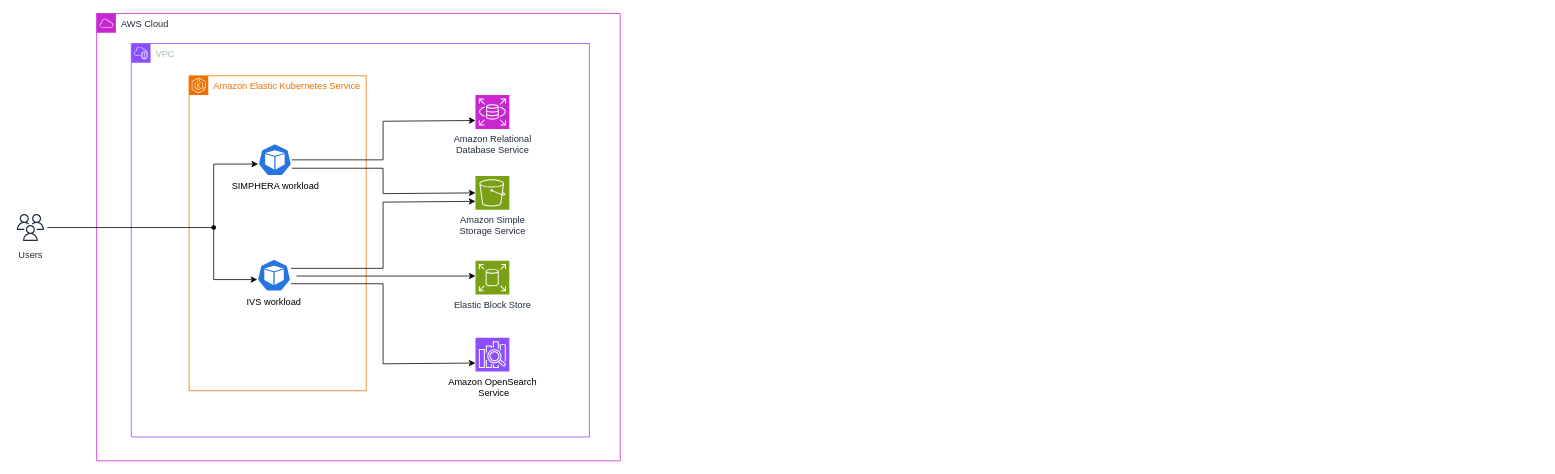
dspace-group/simphera-reference-architecture-aws keeps this draw.io diagram as page "Simphera and IVS" (3 of 3) of architecture diagram.drawio. Above is the earlier version. Source tidied: cells renumbered, new cells numbered last; positions are measured from the earlier drawing's top-left corner, leaving out a move shared by most shapes. Both pictures are drawn from the tidied source at 77%, with x=0, y=0 at pixel (13, 13).
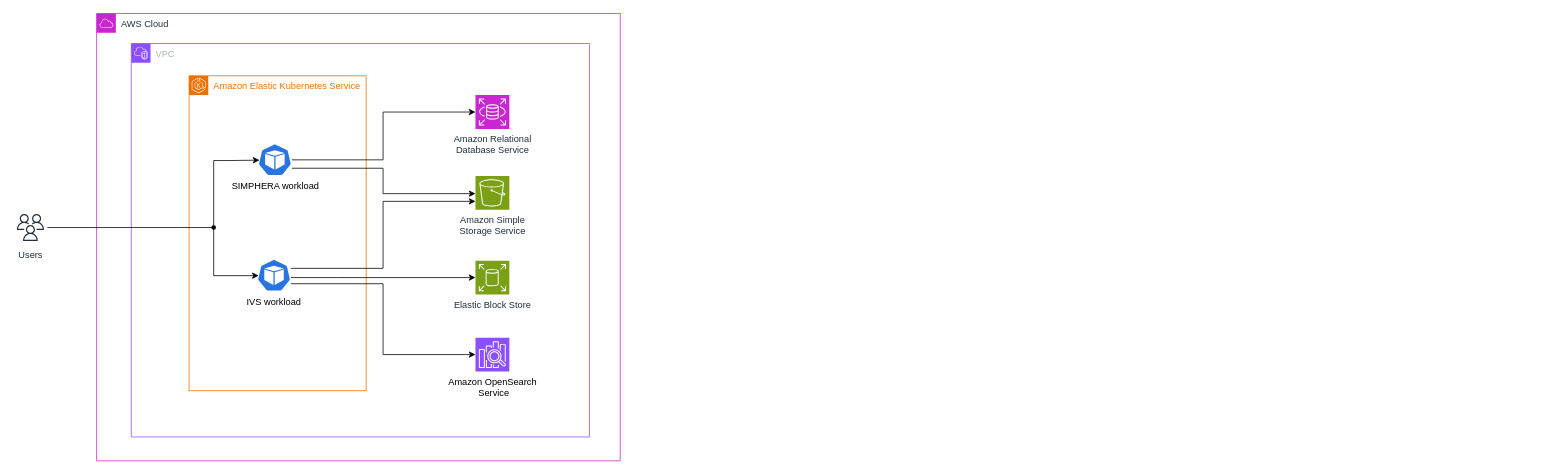
The same page after the edit.

Unchanged cells that the change refers to:
```xml
<mxCell id="2" value="AWS Cloud" style="gradientColor=none;html=1;whiteSpace=wrap;fontSize=12;fontStyle=0;shape=mxgraph.aws4.group;grIcon=mxgraph.aws4.group_aws_cloud;strokeColor=light-dark(#c925d1, #bdc7d4);fillColor=none;verticalAlign=top;align=left;spacingLeft=30;fontColor=#232F3E;dashed=0;" parent="1" vertex="1">
  <mxGeometry x="108" width="680" height="581" as="geometry" />
</mxCell>
<mxCell id="8" value="Amazon Simple&lt;div&gt;Storage Service&lt;/div&gt;" style="sketch=0;points=[[0,0,0],[0.25,0,0],[0.5,0,0],[0.75,0,0],[1,0,0],[0,1,0],[0.25,1,0],[0.5,1,0],[0.75,1,0],[1,1,0],[0,0.25,0],[0,0.5,0],[0,0.75,0],[1,0.25,0],[1,0.5,0],[1,0.75,0]];outlineConnect=0;fontColor=#232F3E;fillColor=#7AA116;strokeColor=#ffffff;dashed=0;verticalLabelPosition=bottom;verticalAlign=top;align=center;html=1;fontSize=12;fontStyle=0;shape=mxgraph.aws4.resourceIcon;resIcon=mxgraph.aws4.s3;" parent="2" vertex="1">
  <mxGeometry x="492" y="211" width="44" height="44" as="geometry" />
</mxCell>
<mxCell id="9" value="&lt;span style=&quot;color: rgb(0, 0, 0);&quot;&gt;Amazon OpenSearch&lt;/span&gt;&lt;div style=&quot;color: rgb(0, 0, 0);&quot;&gt;&amp;nbsp;Service&lt;/div&gt;" style="sketch=0;points=[[0,0,0],[0.25,0,0],[0.5,0,0],[0.75,0,0],[1,0,0],[0,1,0],[0.25,1,0],[0.5,1,0],[0.75,1,0],[1,1,0],[0,0.25,0],[0,0.5,0],[0,0.75,0],[1,0.25,0],[1,0.5,0],[1,0.75,0]];outlineConnect=0;fontColor=#232F3E;fillColor=#8C4FFF;strokeColor=#ffffff;dashed=0;verticalLabelPosition=bottom;verticalAlign=top;align=center;html=1;fontSize=12;fontStyle=0;shape=mxgraph.aws4.resourceIcon;resIcon=mxgraph.aws4.elasticsearch_service;" parent="2" vertex="1">
  <mxGeometry x="492" y="421" width="44" height="44" as="geometry" />
</mxCell>
<mxCell id="10" value="Amazon Relational&lt;div&gt;Database Service&lt;/div&gt;" style="sketch=0;points=[[0,0,0],[0.25,0,0],[0.5,0,0],[0.75,0,0],[1,0,0],[0,1,0],[0.25,1,0],[0.5,1,0],[0.75,1,0],[1,1,0],[0,0.25,0],[0,0.5,0],[0,0.75,0],[1,0.25,0],[1,0.5,0],[1,0.75,0]];outlineConnect=0;fontColor=#232F3E;fillColor=#C925D1;strokeColor=#ffffff;dashed=0;verticalLabelPosition=bottom;verticalAlign=top;align=center;html=1;fontSize=12;fontStyle=0;shape=mxgraph.aws4.resourceIcon;resIcon=mxgraph.aws4.rds;" parent="2" vertex="1">
  <mxGeometry x="492" y="106" width="44" height="44" as="geometry" />
</mxCell>
<mxCell id="11" value="SIMPHERA workload" style="sketch=0;html=1;dashed=0;whitespace=wrap;verticalLabelPosition=bottom;verticalAlign=top;fillColor=#2875E2;strokeColor=#ffffff;points=[[0.005,0.63,0],[0.1,0.2,0],[0.9,0.2,0],[0.5,0,0],[0.995,0.63,0],[0.72,0.99,0],[0.5,1,0],[0.28,0.99,0]];shape=mxgraph.kubernetes.icon2;prIcon=pod;" parent="2" vertex="1">
  <mxGeometry x="209.5" y="169" width="44" height="42.2" as="geometry" />
</mxCell>
<mxCell id="12" value="IVS workload" style="sketch=0;html=1;dashed=0;whitespace=wrap;verticalLabelPosition=bottom;verticalAlign=top;fillColor=#2875E2;strokeColor=#ffffff;points=[[0.005,0.63,0],[0.1,0.2,0],[0.9,0.2,0],[0.5,0,0],[0.995,0.63,0],[0.72,0.99,0],[0.5,1,0],[0.28,0.99,0]];shape=mxgraph.kubernetes.icon2;prIcon=pod;" parent="2" vertex="1">
  <mxGeometry x="208.4" y="319" width="44" height="42.2" as="geometry" />
</mxCell>
<mxCell id="13" value="Elastic Block Store" style="sketch=0;points=[[0,0,0],[0.25,0,0],[0.5,0,0],[0.75,0,0],[1,0,0],[0,1,0],[0.25,1,0],[0.5,1,0],[0.75,1,0],[1,1,0],[0,0.25,0],[0,0.5,0],[0,0.75,0],[1,0.25,0],[1,0.5,0],[1,0.75,0]];outlineConnect=0;fontColor=#232F3E;fillColor=#7AA116;strokeColor=#ffffff;dashed=0;verticalLabelPosition=bottom;verticalAlign=top;align=center;html=1;fontSize=12;fontStyle=0;shape=mxgraph.aws4.resourceIcon;resIcon=mxgraph.aws4.elastic_block_store;" parent="2" vertex="1">
  <mxGeometry x="492" y="321" width="44" height="44" as="geometry" />
</mxCell>
<mxCell id="17" style="shape=waypoint;sketch=0;fillStyle=solid;size=6;points=[];fillColor=none;perimeter=centerPerimeter;snapToPoint=1;" parent="2" vertex="1">
  <mxGeometry x="142" y="268" width="20" height="20" as="geometry" />
</mxCell>
```

Change to the diagram source:
```diff
@@
-    <mxCell id="14" style="edgeStyle=orthogonalEdgeStyle;rounded=0;jettySize=auto;html=1;entryX=0;entryY=0.75;entryDx=0;entryDy=0;entryPerimeter=0;" parent="2" edge="1" source="12" target="9">
+    <mxCell id="14" style="edgeStyle=orthogonalEdgeStyle;rounded=0;jettySize=auto;html=1;entryX=0;entryY=0.5;entryDx=0;entryDy=0;entryPerimeter=0;" parent="2" edge="1" source="12" target="9">
       <mxGeometry relative="1" as="geometry">
         <Array as="points">
           <mxPoint x="372" y="351" />
-          <mxPoint x="372" y="455" />
+          <mxPoint x="372" y="443" />
         </Array>
       </mxGeometry>
     </mxCell>
-    <mxCell id="15" style="edgeStyle=orthogonalEdgeStyle;rounded=0;orthogonalLoop=1;jettySize=auto;html=1;entryX=0;entryY=0.5;entryDx=0;entryDy=0;entryPerimeter=0;" parent="2" edge="1">
-      <mxGeometry relative="1" as="geometry">
-        <mxPoint x="259.5" y="341" as="sourcePoint" />
-        <mxPoint x="492" y="341" as="targetPoint" />
-      </mxGeometry>
-    </mxCell>
-    <mxCell id="16" style="edgeStyle=orthogonalEdgeStyle;rounded=0;jettySize=auto;html=1;entryX=0;entryY=0.75;entryDx=0;entryDy=0;entryPerimeter=0;" parent="2" edge="1" source="12" target="8">
+    <mxCell id="16" style="edgeStyle=orthogonalEdgeStyle;rounded=0;jettySize=auto;html=1;" parent="2" edge="1" source="12" target="8">
       <mxGeometry relative="1" as="geometry">
         <Array as="points">
           <mxPoint x="372" y="331" />
-          <mxPoint x="372" y="245" />
+          <mxPoint x="372" y="244" />
         </Array>
       </mxGeometry>
     </mxCell>
@@
-    <mxCell id="18" style="edgeStyle=orthogonalEdgeStyle;rounded=0;jettySize=auto;html=1;entryX=0;entryY=0.75;entryDx=0;entryDy=0;entryPerimeter=0;" parent="2" edge="1" source="11" target="10">
+    <mxCell id="18" style="edgeStyle=orthogonalEdgeStyle;rounded=0;jettySize=auto;html=1;entryX=0;entryY=0.5;entryDx=0;entryDy=0;entryPerimeter=0;" parent="2" edge="1" source="11" target="10">
       <mxGeometry relative="1" as="geometry">
         <Array as="points">
-          <mxPoint x="372" y="191" />
-          <mxPoint x="372" y="140" />
+          <mxPoint x="372" y="190" />
+          <mxPoint x="372" y="128" />
         </Array>
       </mxGeometry>
     </mxCell>
-    <mxCell id="19" style="edgeStyle=orthogonalEdgeStyle;rounded=0;jettySize=auto;html=1;entryX=0;entryY=0.5;entryDx=0;entryDy=0;entryPerimeter=0;" parent="2" edge="1" source="11" target="8">
+    <mxCell id="19" style="edgeStyle=orthogonalEdgeStyle;rounded=0;jettySize=auto;html=1;" parent="2" edge="1" source="11" target="8">
       <mxGeometry relative="1" as="geometry">
         <Array as="points">
           <mxPoint x="372" y="201" />
           <mxPoint x="372" y="234" />
         </Array>
       </mxGeometry>
     </mxCell>
-    <mxCell id="20" style="edgeStyle=orthogonalEdgeStyle;rounded=0;jettySize=auto;html=1;entryX=0.005;entryY=0.63;entryDx=0;entryDy=0;entryPerimeter=0;" parent="2" edge="1" source="17" target="12">
+    <mxCell id="20" style="edgeStyle=orthogonalEdgeStyle;rounded=0;jettySize=auto;html=1;entryX=0.047;entryY=0.509;entryDx=0;entryDy=0;entryPerimeter=0;" parent="2" edge="1" source="17" target="12">
       <mxGeometry relative="1" as="geometry">
         <Array as="points">
-          <mxPoint x="152" y="346" />
+          <mxPoint x="152" y="341" />
         </Array>
       </mxGeometry>
     </mxCell>
-    <mxCell id="21" style="edgeStyle=orthogonalEdgeStyle;rounded=0;jettySize=auto;html=1;entryX=0.005;entryY=0.63;entryDx=0;entryDy=0;entryPerimeter=0;" parent="2" edge="1" source="17" target="11">
+    <mxCell id="21" style="edgeStyle=orthogonalEdgeStyle;rounded=0;jettySize=auto;html=1;entryX=0.046;entryY=0.509;entryDx=0;entryDy=0;entryPerimeter=0;" parent="2" edge="1" source="17" target="11">
       <mxGeometry relative="1" as="geometry">
         <Array as="points">
-          <mxPoint x="152" y="196" />
+          <mxPoint x="152" y="191" />
+          <mxPoint x="172" y="191" />
         </Array>
       </mxGeometry>
     </mxCell>
+    <mxCell id="24" style="edgeStyle=orthogonalEdgeStyle;rounded=0;jettySize=auto;html=1;entryX=0;entryY=0.5;entryDx=0;entryDy=0;entryPerimeter=0;" parent="2" edge="1" source="12" target="13">
+      <mxGeometry relative="1" as="geometry">
+        <Array as="points">
+          <mxPoint x="312" y="343" />
+          <mxPoint x="312" y="343" />
+        </Array>
+      </mxGeometry>
+    </mxCell>
```
